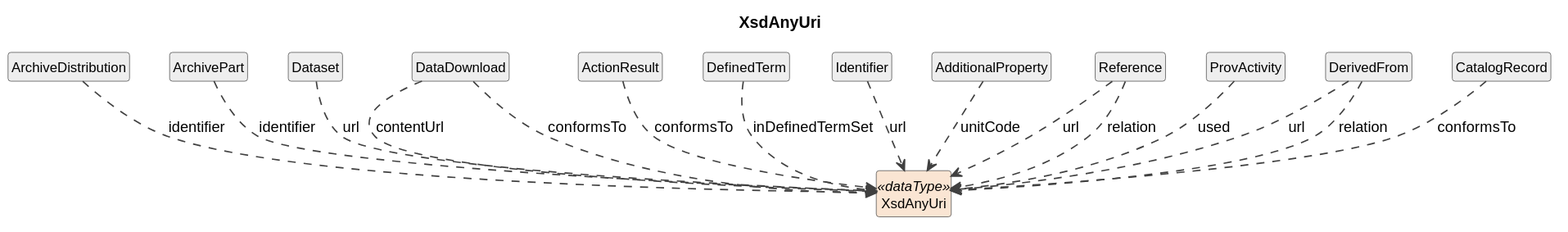
Cross-Domain-Interoperability-Framework/metadataBuildingBlocks keeps this PlantUML diagram as cdif-uml-model/CDIFArchiveDistribution/DataTypes/XsdAnyUri.svg. Above is the earlier version.
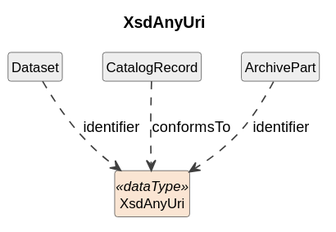
After the commit.

Change to the diagram source:
```diff
@@ -11,31 +11,10 @@
 }
 
 class "XsdAnyUri" as XsdAnyUri <<dataType>> #FAE5D3
-class "ArchiveDistribution" as ArchiveDistribution #EEEEEE
-ArchiveDistribution ..> XsdAnyUri : identifier
+class "Dataset" as Dataset #EEEEEE
+Dataset ..> XsdAnyUri : identifier
+class "CatalogRecord" as CatalogRecord #EEEEEE
+CatalogRecord ..> XsdAnyUri : conformsTo
 class "ArchivePart" as ArchivePart #EEEEEE
 ArchivePart ..> XsdAnyUri : identifier
-class "Dataset" as Dataset #EEEEEE
-Dataset ..> XsdAnyUri : url
-class "DataDownload" as DataDownload #EEEEEE
-DataDownload ..> XsdAnyUri : contentUrl
-DataDownload ..> XsdAnyUri : conformsTo
-class "ActionResult" as ActionResult #EEEEEE
-ActionResult ..> XsdAnyUri : conformsTo
-class "DefinedTerm" as DefinedTerm #EEEEEE
-DefinedTerm ..> XsdAnyUri : inDefinedTermSet
-class "Identifier" as Identifier #EEEEEE
-Identifier ..> XsdAnyUri : url
-class "AdditionalProperty" as AdditionalProperty #EEEEEE
-AdditionalProperty ..> XsdAnyUri : unitCode
-class "Reference" as Reference #EEEEEE
-Reference ..> XsdAnyUri : url
-Reference ..> XsdAnyUri : relation
-class "ProvActivity" as ProvActivity #EEEEEE
-ProvActivity ..> XsdAnyUri : used
-class "DerivedFrom" as DerivedFrom #EEEEEE
-DerivedFrom ..> XsdAnyUri : url
-DerivedFrom ..> XsdAnyUri : relation
-class "CatalogRecord" as CatalogRecord #EEEEEE
-CatalogRecord ..> XsdAnyUri : conformsTo
 @enduml
```
